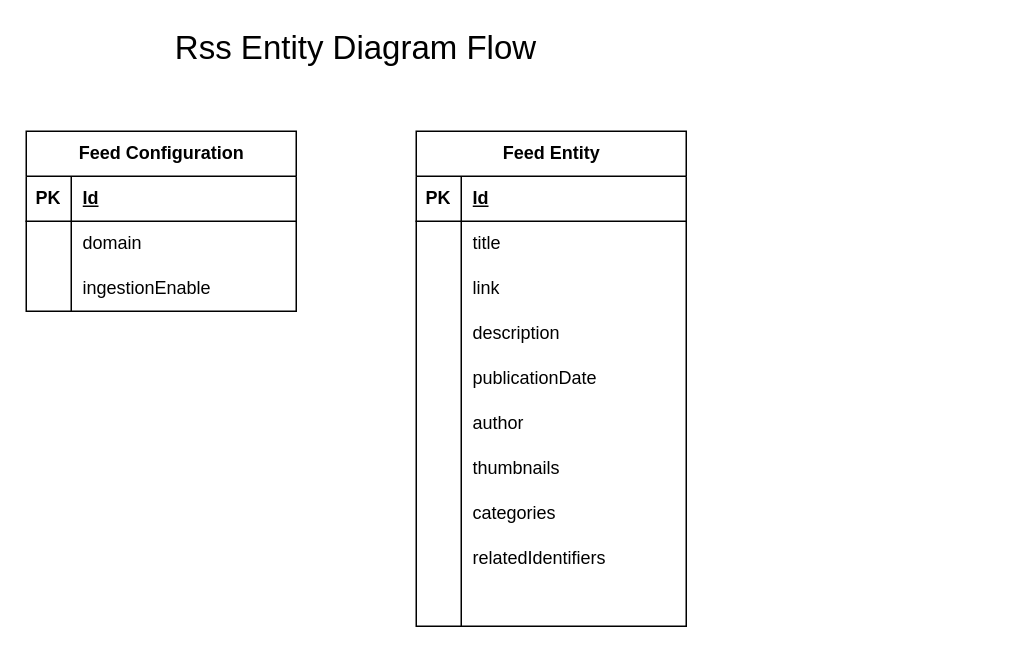
The draw.io diagram page "Entity-Diagram" (2 of 2) of design/rss-tracker-service-draft-design-flow.drawio in hhovhann/rss-tracker-service, before the edit. Source tidied: cells renumbered, new cells numbered last; positions are measured from the earlier drawing's top-left corner, leaving out a move shared by most shapes. Both pictures are drawn from the tidied source at 150%, with x=0, y=0 at pixel (26, 26).
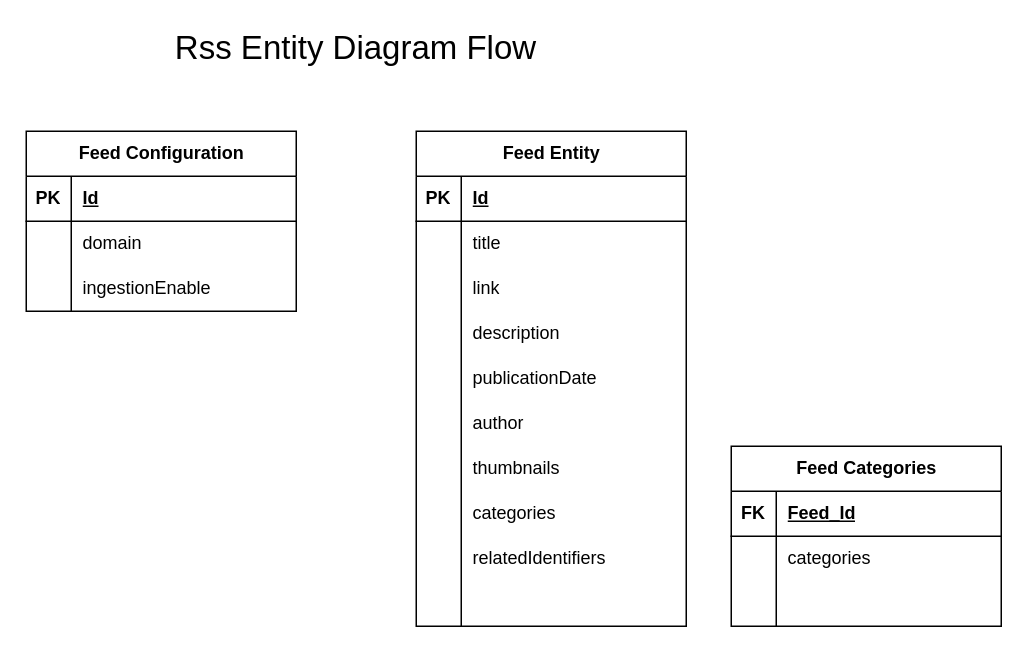
After the change.

Commit message:
Update design Entity diagram

Diff of the diagram source:
```diff
@@
+    <mxCell id="44" value="Feed Categories" style="shape=table;startSize=30;childLayout=tableLayout;rowLines=0;fontStyle=1;align=center;html=1;" parent="1" vertex="1">
+      <mxGeometry x="470" y="280" width="180" height="120" as="geometry" />
+    </mxCell>
+    <mxCell id="45" style="shape=tableRow;horizontal=0;startSize=0;swimlaneHead=0;swimlaneBody=0;fillColor=none;top=0;left=0;right=0;bottom=1;" parent="44" vertex="1">
+      <mxGeometry y="30" width="180" height="30" as="geometry" />
+    </mxCell>
+    <mxCell id="46" value="FK" style="shape=partialRectangle;fillColor=none;top=0;left=0;bottom=0;right=0;fontStyle=1;overflow=hidden;whiteSpace=wrap;html=1;" parent="45" vertex="1">
+      <mxGeometry width="30" height="30" as="geometry" />
+    </mxCell>
+    <mxCell id="47" value="Feed_Id" style="shape=partialRectangle;fillColor=none;top=0;left=0;bottom=0;right=0;align=left;spacingLeft=6;fontStyle=5;overflow=hidden;whiteSpace=wrap;html=1;" parent="45" vertex="1">
+      <mxGeometry x="30" width="150" height="30" as="geometry" />
+    </mxCell>
+    <mxCell id="48" style="shape=tableRow;horizontal=0;startSize=0;swimlaneHead=0;swimlaneBody=0;fillColor=none;top=0;left=0;right=0;bottom=0;" parent="44" vertex="1">
+      <mxGeometry y="60" width="180" height="30" as="geometry" />
+    </mxCell>
+    <mxCell id="49" style="shape=partialRectangle;fillColor=none;top=0;left=0;bottom=0;right=0;overflow=hidden;whiteSpace=wrap;html=1;" parent="48" vertex="1">
+      <mxGeometry width="30" height="30" as="geometry" />
+    </mxCell>
+    <mxCell id="50" value="categories" style="shape=partialRectangle;fillColor=none;top=0;left=0;bottom=0;right=0;align=left;spacingLeft=6;overflow=hidden;whiteSpace=wrap;html=1;strokeColor=default;" parent="48" vertex="1">
+      <mxGeometry x="30" width="150" height="30" as="geometry" />
+    </mxCell>
+    <mxCell id="51" style="shape=tableRow;horizontal=0;startSize=0;swimlaneHead=0;swimlaneBody=0;fillColor=none;top=0;left=0;right=0;bottom=0;" parent="44" vertex="1">
+      <mxGeometry y="90" width="180" height="30" as="geometry" />
+    </mxCell>
+    <mxCell id="52" style="shape=partialRectangle;fillColor=none;top=0;left=0;bottom=0;right=0;overflow=hidden;whiteSpace=wrap;html=1;" parent="51" vertex="1">
+      <mxGeometry width="30" height="30" as="geometry" />
+    </mxCell>
+    <mxCell id="53" style="shape=partialRectangle;fillColor=none;top=0;left=0;bottom=0;right=0;align=left;spacingLeft=6;overflow=hidden;whiteSpace=wrap;html=1;" parent="51" vertex="1">
+      <mxGeometry x="30" width="150" height="30" as="geometry" />
+    </mxCell>
```
